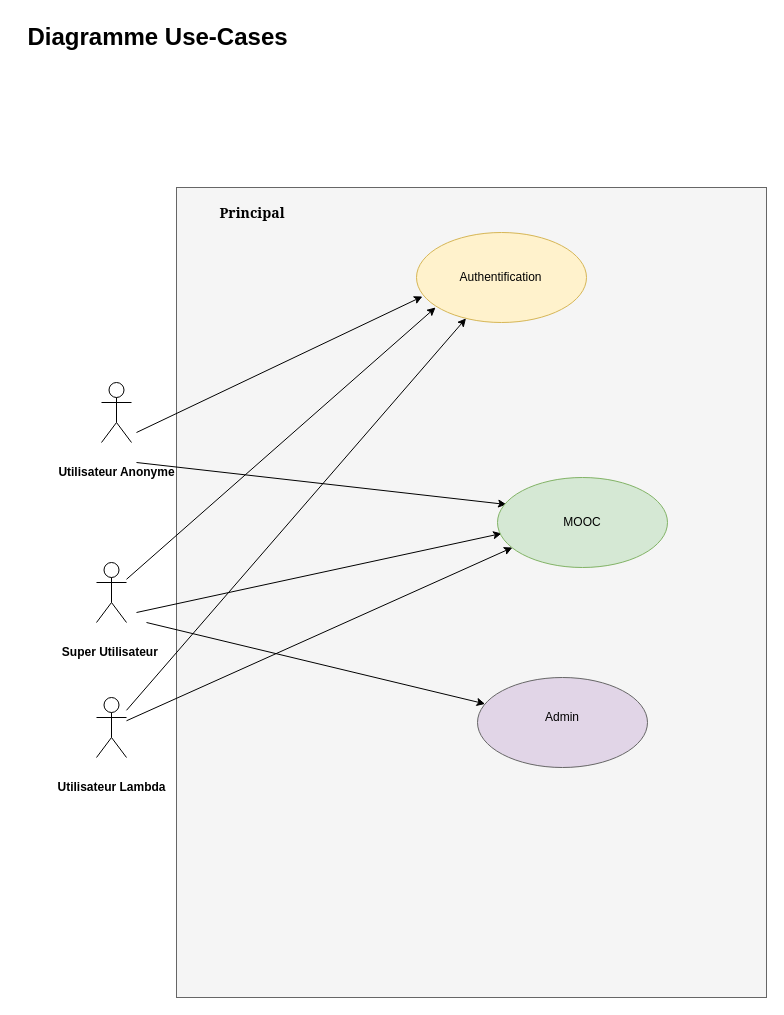
Above: page "UseCase - Principal" (3 of 16) of docs_livrables/DiagrammeMoocs_KassisCarina.drawio in carinak6/-simplon_devCloud_Eval_Moocs (draw.io), before the change. Source tidied: cells renumbered, new cells numbered last; positions are measured from the earlier drawing's top-left corner, leaving out a move shared by most shapes. Both pictures are drawn from the tidied source at 100%, with x=0, y=0 at pixel (17, 17).
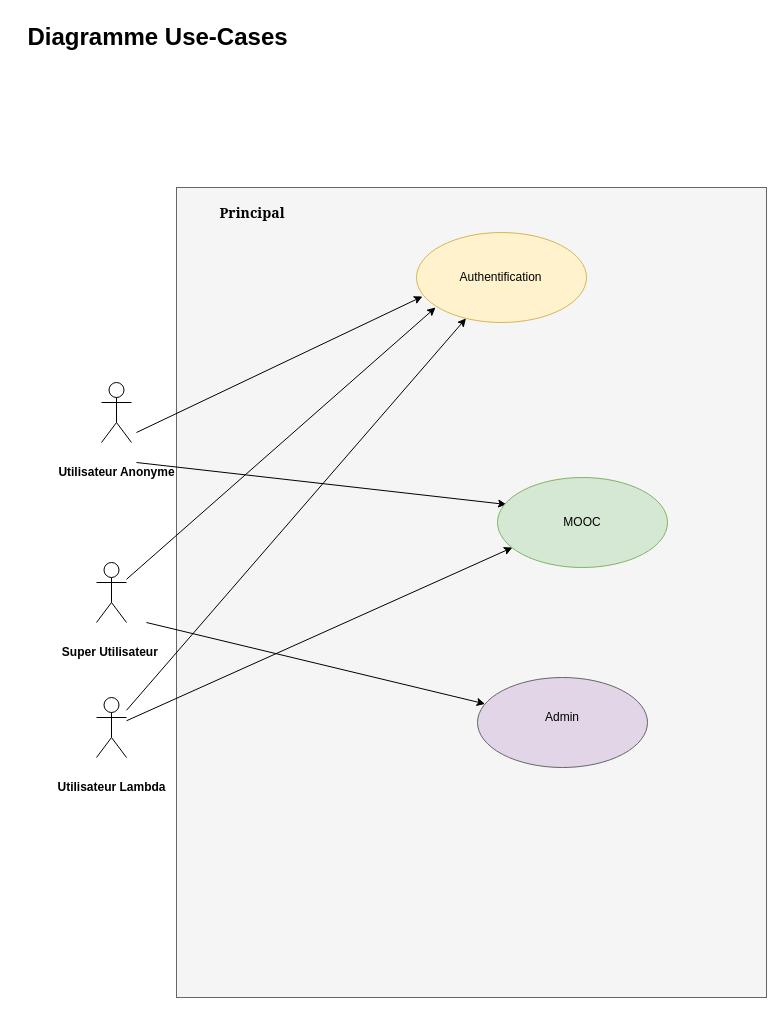
The same page after the edit.

The change refers to these unchanged cells:
```xml
<mxCell id="17" style="ellipse;whiteSpace=wrap;html=1;strokeColor=#82b366;fillColor=#D5E8D4;" parent="16" vertex="1">
  <mxGeometry width="170" height="90" as="geometry" />
</mxCell>
```

The edit, as a diff of the source:
```diff
@@
-    <mxCell id="5" style="endArrow=classic;html=1;entryX=0.024;entryY=0.622;entryDx=0;entryDy=0;entryPerimeter=0;" parent="1" edge="1" target="17">
-      <mxGeometry relative="1" as="geometry">
-        <mxPoint x="119" y="595" as="sourcePoint" />
-      </mxGeometry>
-    </mxCell>
```
